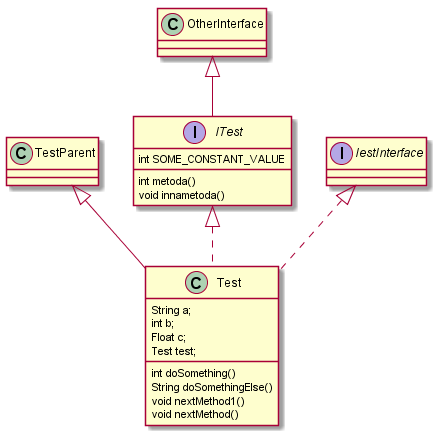
Above: supergraf.png in majcherek/kompilatory (PlantUML), before the change.
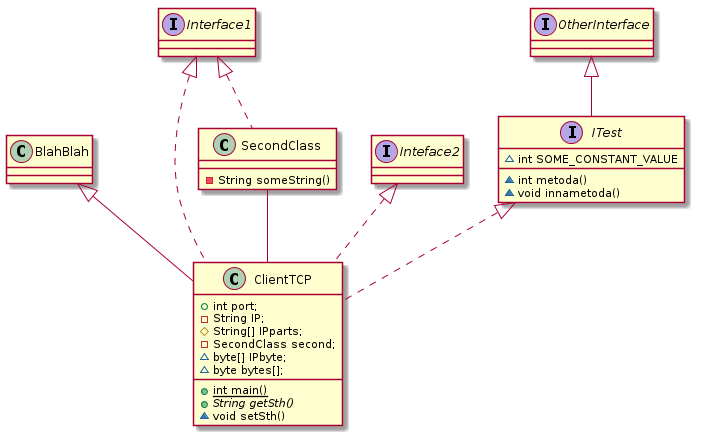
After the change.

The edit, as a diff of the source:
```diff
@@ -1,17 +1,22 @@
 @startuml
-TestParent<|--Test
-Interface ITest<|..Test
-Interface IestInterface<|..Test
-Test: String a;
-Test: int b;
-Test: Float c;
-Test: Test test;
-Test: int doSomething()
-Test: String doSomethingElse()
-Test: void nextMethod1()
-Test: void nextMethod()
-OtherInterface<|--ITest
-ITest: int SOME_CONSTANT_VALUE
-ITest: int metoda()
-ITest: void innametoda()
+BlahBlah<|--ClientTCP
+Interface Interface1<|..ClientTCP
+Interface Inteface2<|..ClientTCP
+Interface ITest<|..ClientTCP
+ClientTCP: +int port;
+ClientTCP: -String IP;
+ClientTCP: #String[] IPparts;
+ClientTCP: -SecondClass second;
+SecondClass--ClientTCP
+ClientTCP: ~byte[] IPbyte;
+ClientTCP: ~byte bytes[];
+ClientTCP: +{static}int main()
+ClientTCP: +{abstract}String getSth()
+ClientTCP: ~void setSth()
+Interface OtherInterface<|--ITest
+ITest: ~int SOME_CONSTANT_VALUE
+ITest: ~int metoda()
+ITest: ~void innametoda()
+Interface Interface1<|..SecondClass
+SecondClass: -String someString()
 @enduml
```
